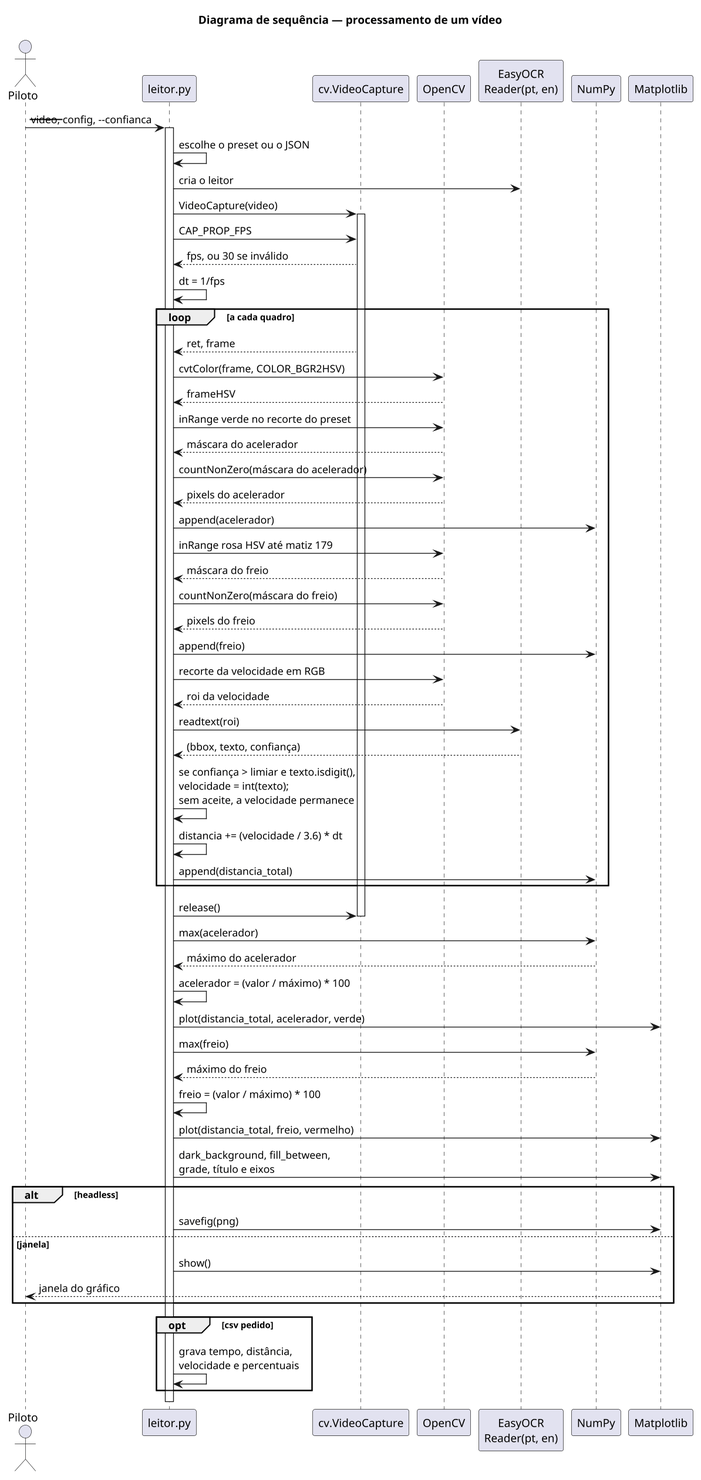
Matheus-Hen/telemetria_cloud keeps this PlantUML diagram as docs/diagramas/diagrama-sequencia.png. Above is the earlier version.
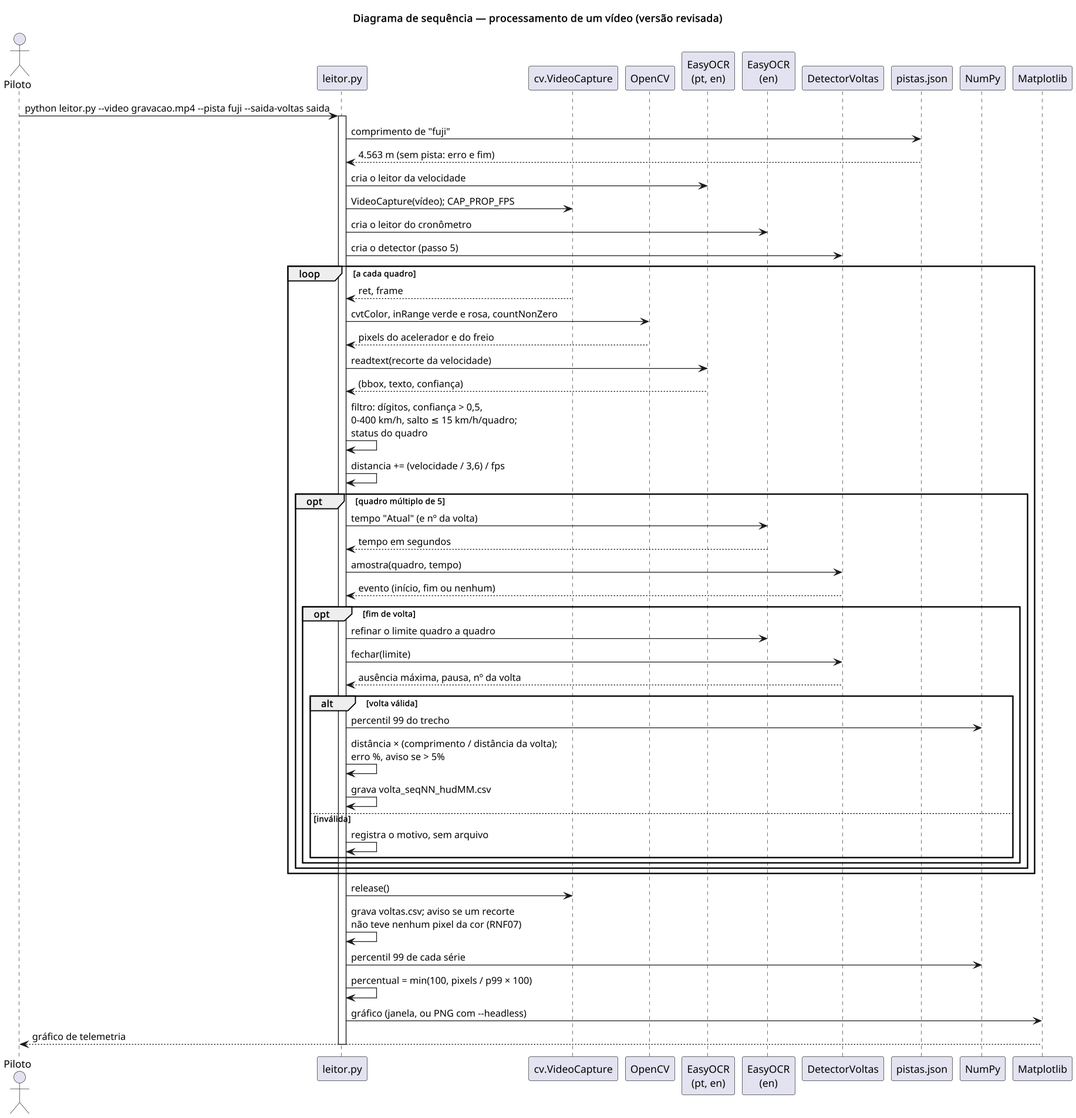
The same diagram one commit later.

The edit, as a diff of the source:
```diff
@@ -1,72 +1,65 @@
 @startuml diagrama-sequencia
 skinparam shadowing false
-skinparam dpi 130
+skinparam dpi 120
 skinparam backgroundColor white
 skinparam sequenceMessageAlign left
 skinparam responseMessageBelowArrow true
 
-title Diagrama de sequência — processamento de um vídeo
+title Diagrama de sequência — processamento de um vídeo (versão revisada)
 
 actor Piloto
 participant "leitor.py" as L
 participant "cv.VideoCapture" as Cap
 participant "OpenCV" as CV
-participant "EasyOCR\nReader(pt, en)" as OCR
+participant "EasyOCR\n(pt, en)" as OCR
+participant "EasyOCR\n(en)" as OCRC
+participant "DetectorVoltas" as DV
+participant "pistas.json" as PJ
 participant "NumPy" as NP
 participant "Matplotlib" as PLT
 
-Piloto -> L: --video, --config, --confianca
+Piloto -> L: python leitor.py ~--video gravacao.mp4 ~--pista fuji ~--saida-voltas saida
 activate L
-L -> L: escolhe o preset ou o JSON
-L -> OCR: cria o leitor
-L -> Cap: VideoCapture(video)
-activate Cap
-L -> Cap: CAP_PROP_FPS
-Cap --> L: fps, ou 30 se inválido
-L -> L: dt = 1/fps
+L -> PJ: comprimento de "fuji"
+PJ --> L: 4.563 m (sem pista: erro e fim)
+L -> OCR: cria o leitor da velocidade
+L -> Cap: VideoCapture(vídeo); CAP_PROP_FPS
+L -> OCRC: cria o leitor do cronômetro
+L -> DV: cria o detector (passo 5)
 
 loop a cada quadro
   Cap --> L: ret, frame
-  L -> CV: cvtColor(frame, COLOR_BGR2HSV)
-  CV --> L: frameHSV
-  L -> CV: inRange verde no recorte do preset
-  CV --> L: máscara do acelerador
-  L -> CV: countNonZero(máscara do acelerador)
-  CV --> L: pixels do acelerador
-  L -> NP: append(acelerador)
-  L -> CV: inRange rosa HSV até matiz 179
-  CV --> L: máscara do freio
-  L -> CV: countNonZero(máscara do freio)
-  CV --> L: pixels do freio
-  L -> NP: append(freio)
-  L -> CV: recorte da velocidade em RGB
-  CV --> L: roi da velocidade
-  L -> OCR: readtext(roi)
+  L -> CV: cvtColor, inRange verde e rosa, countNonZero
+  CV --> L: pixels do acelerador e do freio
+  L -> OCR: readtext(recorte da velocidade)
   OCR --> L: (bbox, texto, confiança)
-  L -> L: se confiança > limiar e texto.isdigit(),\nvelocidade = int(texto);\nsem aceite, a velocidade permanece
-  L -> L: distancia += (velocidade / 3.6) * dt
-  L -> NP: append(distancia_total)
+  L -> L: filtro: dígitos, confiança > 0,5,\n0-400 km/h, salto ≤ 15 km/h/quadro;\nstatus do quadro
+  L -> L: distancia += (velocidade / 3,6) / fps
+  opt quadro múltiplo de 5
+    L -> OCRC: tempo "Atual" (e nº da volta)
+    OCRC --> L: tempo em segundos
+    L -> DV: amostra(quadro, tempo)
+    DV --> L: evento (início, fim ou nenhum)
+    opt fim de volta
+      L -> OCRC: refinar o limite quadro a quadro
+      L -> DV: fechar(limite)
+      DV --> L: ausência máxima, pausa, nº da volta
+      alt volta válida
+        L -> NP: percentil 99 do trecho
+        L -> L: distância × (comprimento / distância da volta);\nerro %, aviso se > 5%
+        L -> L: grava volta_seqNN_hudMM.csv
+      else inválida
+        L -> L: registra o motivo, sem arquivo
+      end
+    end
+  end
 end
+
 L -> Cap: release()
-deactivate Cap
-
-L -> NP: max(acelerador)
-NP --> L: máximo do acelerador
-L -> L: acelerador = (valor / máximo) * 100
-L -> PLT: plot(distancia_total, acelerador, verde)
-L -> NP: max(freio)
-NP --> L: máximo do freio
-L -> L: freio = (valor / máximo) * 100
-L -> PLT: plot(distancia_total, freio, vermelho)
-L -> PLT: dark_background, fill_between,\ngrade, título e eixos
-alt headless
-  L -> PLT: savefig(png)
-else janela
-  L -> PLT: show()
-  PLT --> Piloto: janela do gráfico
-end
-opt csv pedido
-  L -> L: grava tempo, distância,\nvelocidade e percentuais
-end
+L -> L: grava voltas.csv; aviso se um recorte\nnão teve nenhum pixel da cor (RNF07)
+L -> NP: percentil 99 de cada série
+L -> L: percentual = min(100, pixels / p99 × 100)
+L -> PLT: gráfico (janela, ou PNG com --headless)
+PLT --> Piloto: gráfico de telemetria
 deactivate L
 @enduml
```
